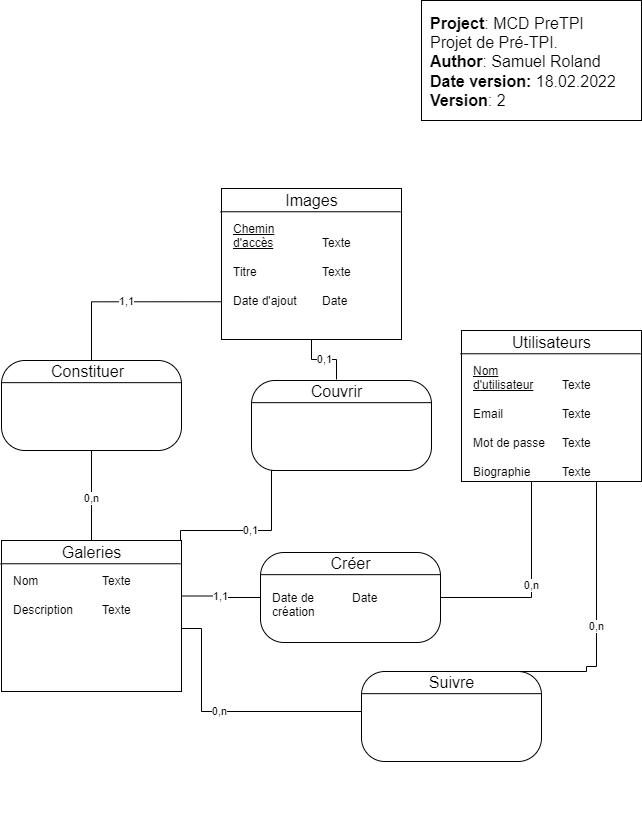
Above: docs/MCD.png in samuelroland/galeriz (draw.io), before the change. Source tidied: cells renumbered, new cells last; positions are measured from the earlier drawing's top-left corner, leaving out a move shared by most shapes.
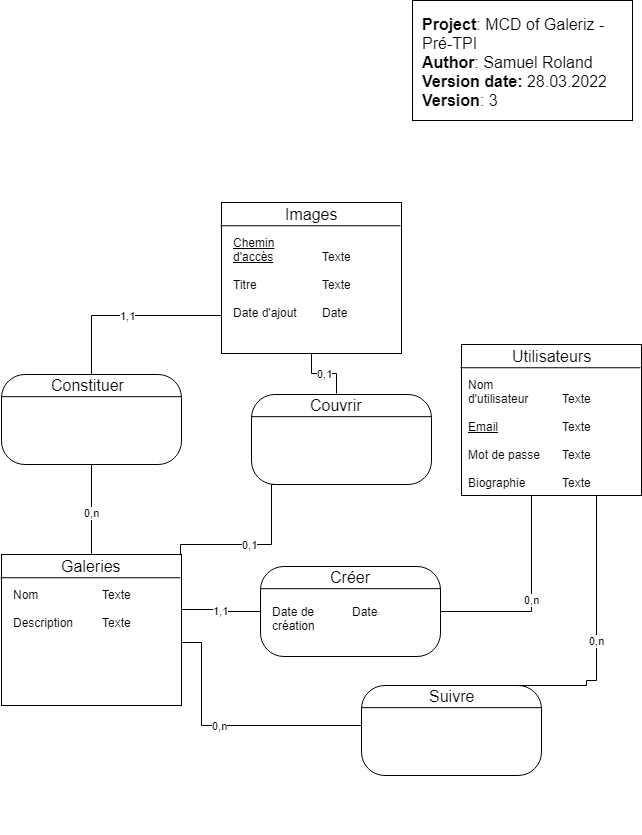
After the commit.

What changed in the source:
```diff
@@ -2,8 +2,8 @@
   <root>
     <mxCell id="0" />
     <mxCell id="1" parent="0" />
-    <mxCell id="2" value="&lt;b&gt;Project&lt;/b&gt;: MCD PreTPI&lt;br style=&quot;font-size: 16px&quot;&gt;Projet de Pré-TPI.&lt;br style=&quot;font-size: 16px&quot;&gt;&lt;b&gt;Author&lt;/b&gt;: Samuel Roland&lt;br style=&quot;font-size: 16px&quot;&gt;&lt;b&gt;Date version:&lt;/b&gt; 18.02.2022&lt;br style=&quot;font-size: 16px&quot;&gt;&lt;b&gt;Version&lt;/b&gt;: 2" style="rounded=0;whiteSpace=wrap;html=1;align=left;verticalAlign=top;fontSize=16;spacingTop=0;spacing=9;" parent="1" vertex="1">
-      <mxGeometry x="421" width="220" height="120" as="geometry" />
+    <mxCell id="2" value="&lt;b&gt;Project&lt;/b&gt;: MCD of Galeriz - Pré-TPI&lt;br style=&quot;font-size: 16px&quot;&gt;&lt;b&gt;Author&lt;/b&gt;: Samuel Roland&lt;br style=&quot;font-size: 16px&quot;&gt;&lt;b&gt;Version date:&lt;/b&gt;&amp;nbsp;28.03.2022&lt;br style=&quot;font-size: 16px&quot;&gt;&lt;b&gt;Version&lt;/b&gt;: 3" style="rounded=0;whiteSpace=wrap;html=1;align=left;verticalAlign=top;fontSize=16;spacingTop=0;spacing=9;" parent="1" vertex="1">
+      <mxGeometry x="426" width="220" height="120" as="geometry" />
     </mxCell>
     <mxCell id="3" style="group;" parent="1" vertex="1">
       <mxGeometry x="251" y="380" width="180" height="148.2" as="geometry" />
@@ -56,8 +56,8 @@
         <mxPoint x="179" y="23.3" as="targetPoint" />
       </mxGeometry>
     </mxCell>
-    <mxCell id="18" value="&lt;u&gt;Nom d'utilisateur&lt;/u&gt;&lt;br&gt;&lt;br&gt;Email&lt;br&gt;&lt;br&gt;Mot de passe&lt;br&gt;&lt;br&gt;Biographie" style="text;html=1;strokeColor=none;fillColor=none;align=left;verticalAlign=top;whiteSpace=wrap;rounded=0;" parent="14" vertex="1">
-      <mxGeometry x="10" y="27.1" width="80" height="57.3" as="geometry" />
+    <mxCell id="18" value="Nom d'utilisateur&lt;br&gt;&lt;br&gt;&lt;u&gt;Email&lt;br&gt;&lt;/u&gt;&lt;br&gt;Mot de passe&lt;br&gt;&lt;br&gt;Biographie" style="text;html=1;strokeColor=none;fillColor=none;align=left;verticalAlign=top;whiteSpace=wrap;rounded=0;" parent="14" vertex="1">
+      <mxGeometry x="19" y="41.1" width="80" height="57.3" as="geometry" />
     </mxCell>
     <mxCell id="19" value="&lt;br&gt;Texte&lt;br&gt;&lt;br&gt;Texte&lt;br&gt;&lt;br&gt;Texte&lt;br&gt;&lt;br&gt;Texte" style="text;html=1;strokeColor=none;fillColor=none;align=left;verticalAlign=top;whiteSpace=wrap;rounded=0;" parent="14" vertex="1">
       <mxGeometry x="99" y="26.6" width="80" height="57.8" as="geometry" />
```
